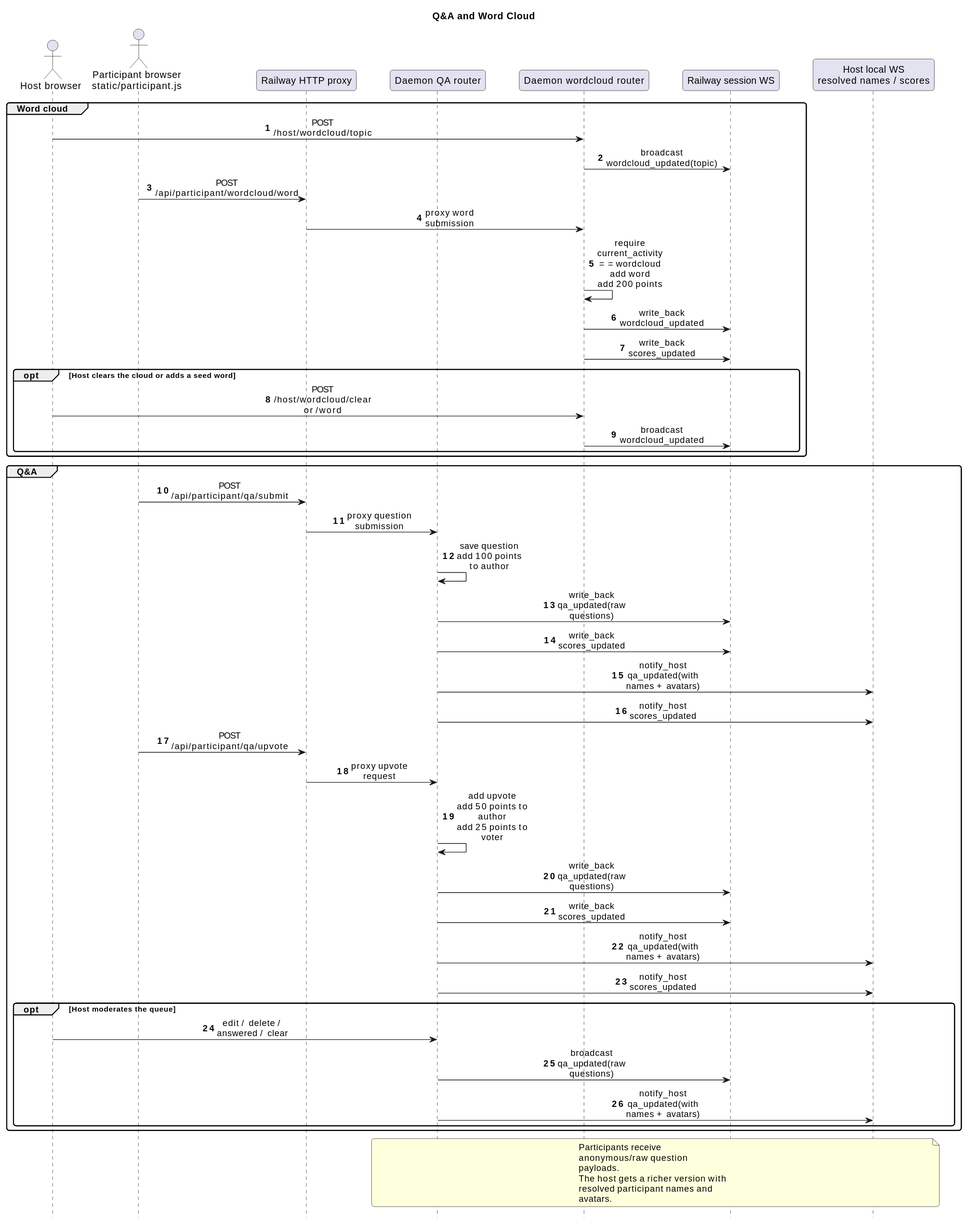
This is docs/sequences/manual/svg/04-qa-and-wordcloud.svg from victorrentea/training-assistant, a PlantUML export, as it was before one commit.
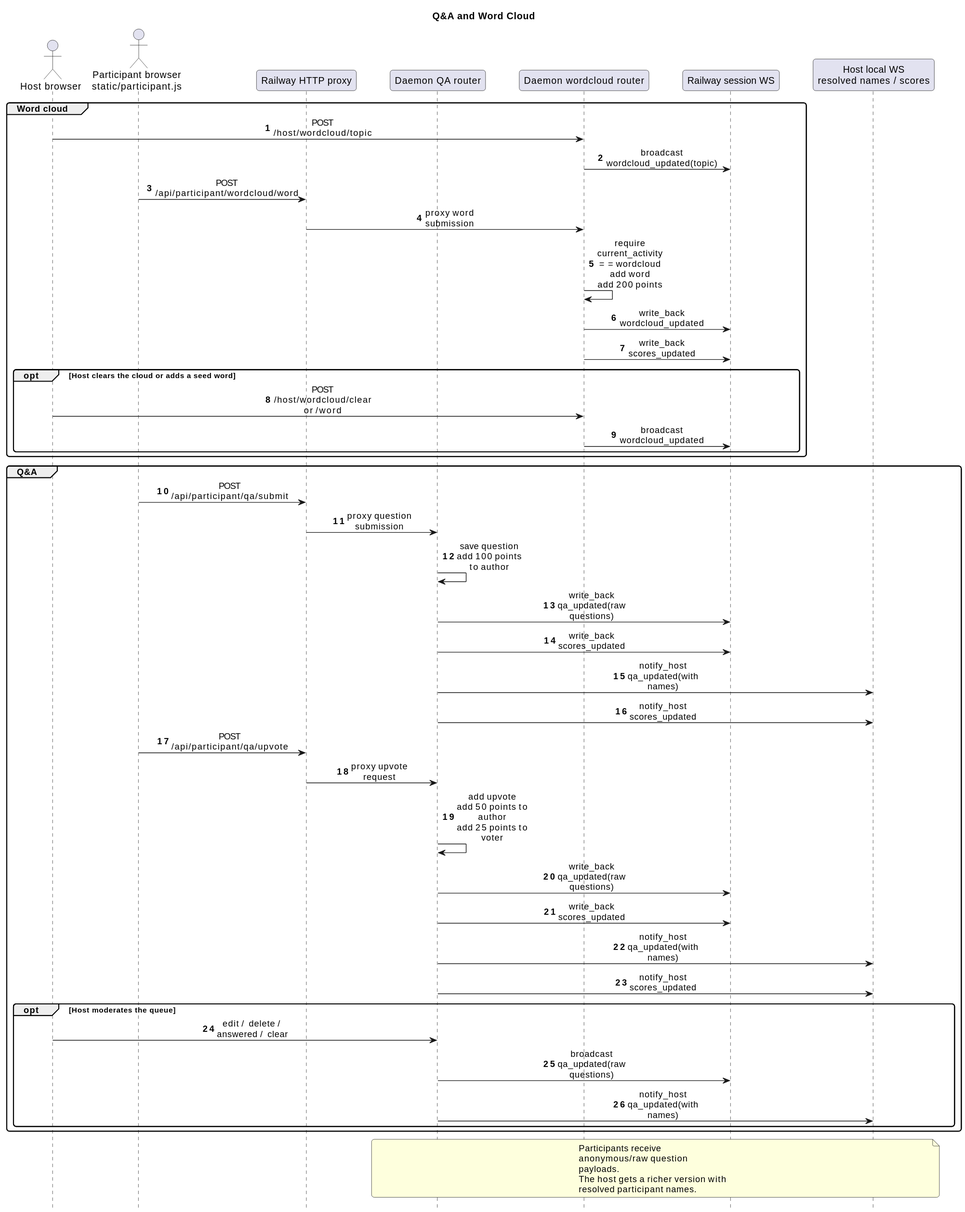
The same diagram one commit later.

The edit, as a diff of the source:
```diff
@@ -41,7 +41,7 @@
 QAAPI -> QAAPI: save question\nadd 100 points to author
 QAAPI -> RailwayWS: write_back qa_updated(raw questions)
 QAAPI -> RailwayWS: write_back scores_updated
-QAAPI -> HostWS: notify_host qa_updated(with names + avatars)
+QAAPI -> HostWS: notify_host qa_updated(with names)
 QAAPI -> HostWS: notify_host scores_updated
 
 Participant -> RailwayHTTP: POST /api/participant/qa/upvote
@@ -49,18 +49,18 @@
 QAAPI -> QAAPI: add upvote\nadd 50 points to author\nadd 25 points to voter
 QAAPI -> RailwayWS: write_back qa_updated(raw questions)
 QAAPI -> RailwayWS: write_back scores_updated
-QAAPI -> HostWS: notify_host qa_updated(with names + avatars)
+QAAPI -> HostWS: notify_host qa_updated(with names)
 QAAPI -> HostWS: notify_host scores_updated
 
 opt Host moderates the queue
   Host -> QAAPI: edit / delete / answered / clear
   QAAPI -> RailwayWS: broadcast qa_updated(raw questions)
-  QAAPI -> HostWS: notify_host qa_updated(with names + avatars)
+  QAAPI -> HostWS: notify_host qa_updated(with names)
 end
 end
 
 note over QAAPI, HostWS
 Participants receive anonymous/raw question payloads.
-The host gets a richer version with resolved participant names and avatars.
+The host gets a richer version with resolved participant names.
 end note
 @enduml
```
